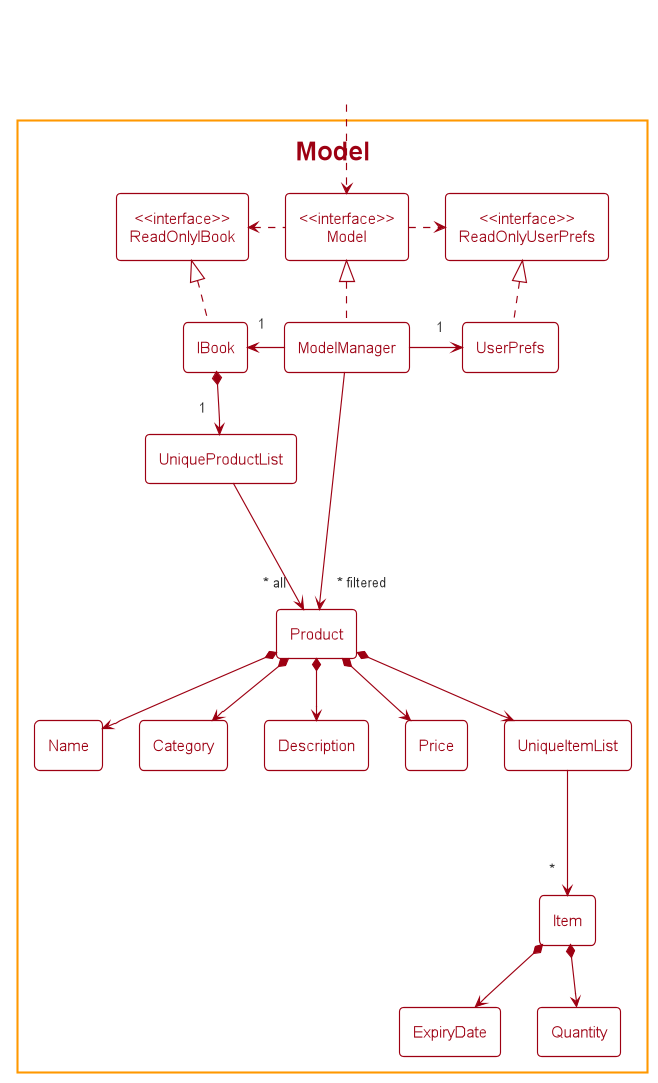
The PlantUML diagram docs/images/ModelClassDiagram.png in nus-cs2103-AY2122S2/tp, before a commit.
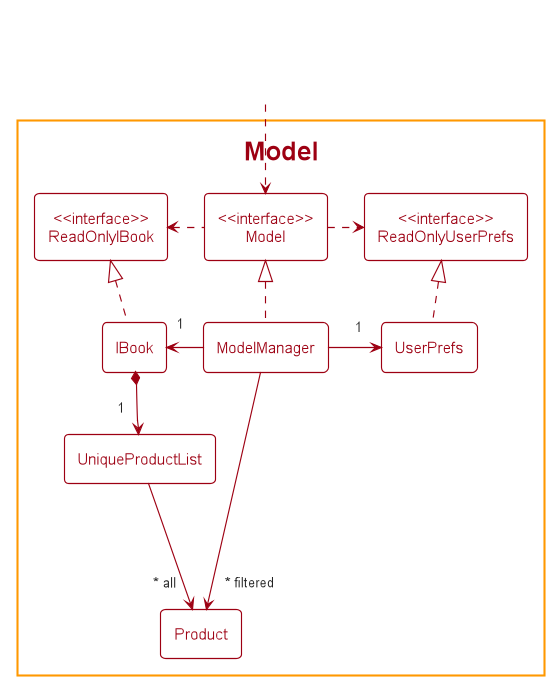
The same diagram one commit later.

Commit message:
Add Item class to uml diagram

Change to the diagram source:
```diff
@@ -14,15 +14,6 @@
 
     class UniqueProductList
     class Product
-    class Name
-    class Category
-    class Description
-    class Price
-
-    class UniqueItemList
-    class Item
-    class ExpiryDate
-    class Quantity
 }
 
 class HiddenOutside <<Hidden>>
@@ -40,15 +31,5 @@
 IBook *--> "1" UniqueProductList
 UniqueProductList ---> "~* all" Product
 
-Product *--> Name
-Product *--> Category
-Product *--> UniqueItemList
-Product *--> Description
-Product *--> Price
-
-UniqueItemList ---> "~*" Item
-Item *--> ExpiryDate
-Item *--> Quantity
-
 ModelManager -->"~* filtered" Product
 @enduml
```
